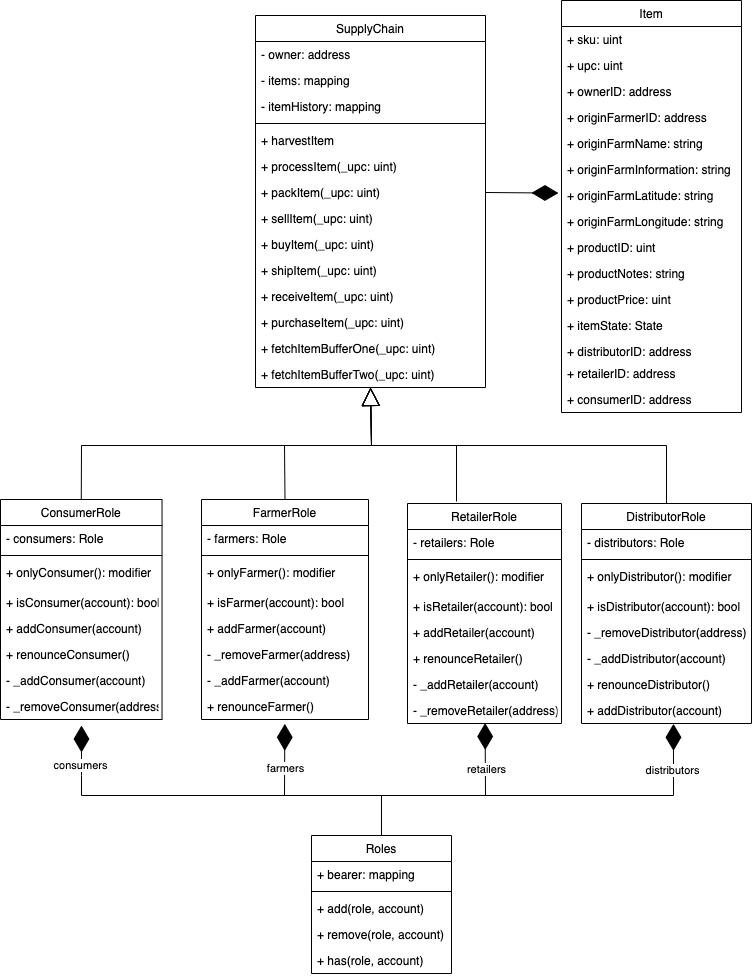
Earlier version of the draw.io export images/class-diagram.png (bartosz-lipinski/supplychain-mgmt). Source tidied: cells renumbered, new cells last; positions are measured from the earlier drawing's top-left corner, leaving out a move shared by most shapes.
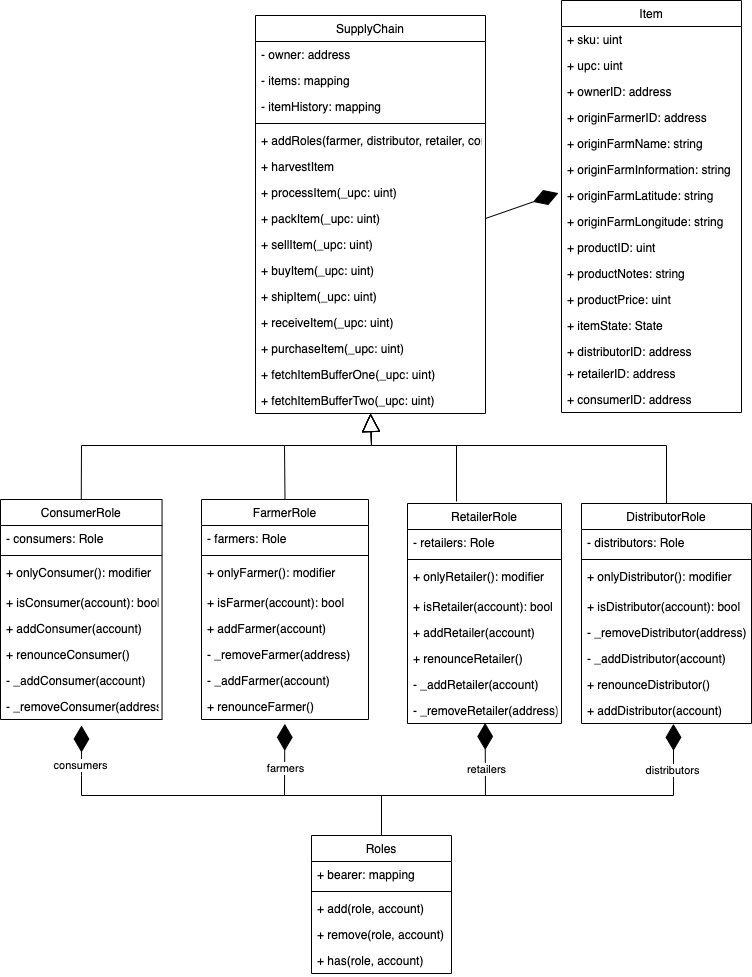
The same file after the commit.

What changed in the source:
```diff
@@ -87,7 +87,7 @@
       <mxGeometry y="386" width="180" height="26" as="geometry" />
     </mxCell>
     <mxCell id="23" value="SupplyChain" style="swimlane;fontStyle=0;horizontal=1;startSize=26;fillColor=none;" parent="1" vertex="1">
-      <mxGeometry x="255" y="15" width="230" height="372" as="geometry" />
+      <mxGeometry x="255" y="15" width="230" height="398" as="geometry" />
     </mxCell>
     <mxCell id="24" value="- owner: address" style="text;strokeColor=none;fillColor=none;align=left;verticalAlign=top;spacingLeft=4;spacingRight=4;overflow=hidden;" parent="23" vertex="1">
       <mxGeometry y="26" width="230" height="26" as="geometry" />
@@ -101,35 +101,38 @@
     <mxCell id="27" style="line;strokeWidth=1;fillColor=none;align=left;verticalAlign=middle;spacingTop=-1;spacingLeft=3;spacingRight=3;labelPosition=right;" parent="23" vertex="1">
       <mxGeometry y="104" width="230" height="8" as="geometry" />
     </mxCell>
+    <mxCell id="88" value="+ addRoles(farmer, distributor, retailer, consumer)" style="text;strokeColor=none;fillColor=none;align=left;verticalAlign=top;spacingLeft=4;spacingRight=4;overflow=hidden;" parent="23" vertex="1">
+      <mxGeometry y="112" width="230" height="26" as="geometry" />
+    </mxCell>
     <mxCell id="28" value="+ harvestItem" style="text;strokeColor=none;fillColor=none;align=left;verticalAlign=top;spacingLeft=4;spacingRight=4;overflow=hidden;" parent="23" vertex="1">
-      <mxGeometry y="112" width="230" height="26" as="geometry" />
+      <mxGeometry y="138" width="230" height="26" as="geometry" />
     </mxCell>
     <mxCell id="29" value="+ processItem(_upc: uint)" style="text;strokeColor=none;fillColor=none;align=left;verticalAlign=top;spacingLeft=4;spacingRight=4;overflow=hidden;" parent="23" vertex="1">
-      <mxGeometry y="138" width="230" height="26" as="geometry" />
+      <mxGeometry y="164" width="230" height="26" as="geometry" />
     </mxCell>
     <mxCell id="30" value="+ packItem(_upc: uint)" style="text;strokeColor=none;fillColor=none;align=left;verticalAlign=top;spacingLeft=4;spacingRight=4;overflow=hidden;points=[[0,0.5],[1,0.5]];portConstraint=eastwest;" parent="23" vertex="1">
-      <mxGeometry y="164" width="230" height="26" as="geometry" />
+      <mxGeometry y="190" width="230" height="26" as="geometry" />
     </mxCell>
     <mxCell id="31" value="+ sellItem(_upc: uint)" style="text;strokeColor=none;fillColor=none;align=left;verticalAlign=top;spacingLeft=4;spacingRight=4;overflow=hidden;" parent="23" vertex="1">
-      <mxGeometry y="190" width="230" height="26" as="geometry" />
+      <mxGeometry y="216" width="230" height="26" as="geometry" />
     </mxCell>
     <mxCell id="32" value="+ buyItem(_upc: uint)" style="text;strokeColor=none;fillColor=none;align=left;verticalAlign=top;spacingLeft=4;spacingRight=4;overflow=hidden;" parent="23" vertex="1">
-      <mxGeometry y="216" width="230" height="26" as="geometry" />
+      <mxGeometry y="242" width="230" height="26" as="geometry" />
     </mxCell>
     <mxCell id="33" value="+ shipItem(_upc: uint)" style="text;strokeColor=none;fillColor=none;align=left;verticalAlign=top;spacingLeft=4;spacingRight=4;overflow=hidden;" parent="23" vertex="1">
-      <mxGeometry y="242" width="230" height="26" as="geometry" />
+      <mxGeometry y="268" width="230" height="26" as="geometry" />
     </mxCell>
     <mxCell id="34" value="+ receiveItem(_upc: uint)" style="text;strokeColor=none;fillColor=none;align=left;verticalAlign=top;spacingLeft=4;spacingRight=4;overflow=hidden;" parent="23" vertex="1">
-      <mxGeometry y="268" width="230" height="26" as="geometry" />
+      <mxGeometry y="294" width="230" height="26" as="geometry" />
     </mxCell>
     <mxCell id="35" value="+ purchaseItem(_upc: uint)" style="text;strokeColor=none;fillColor=none;align=left;verticalAlign=top;spacingLeft=4;spacingRight=4;overflow=hidden;" parent="23" vertex="1">
-      <mxGeometry y="294" width="230" height="26" as="geometry" />
+      <mxGeometry y="320" width="230" height="26" as="geometry" />
     </mxCell>
     <mxCell id="36" value="+ fetchItemBufferOne(_upc: uint)" style="text;strokeColor=none;fillColor=none;align=left;verticalAlign=top;spacingLeft=4;spacingRight=4;overflow=hidden;" parent="23" vertex="1">
-      <mxGeometry y="320" width="230" height="26" as="geometry" />
+      <mxGeometry y="346" width="230" height="26" as="geometry" />
     </mxCell>
     <mxCell id="37" value="+ fetchItemBufferTwo(_upc: uint)" style="text;strokeColor=none;fillColor=none;align=left;verticalAlign=top;spacingLeft=4;spacingRight=4;overflow=hidden;" parent="23" vertex="1">
-      <mxGeometry y="346" width="230" height="26" as="geometry" />
+      <mxGeometry y="372" width="230" height="26" as="geometry" />
     </mxCell>
     <mxCell id="38" value="DistributorRole" style="swimlane;fontStyle=0;horizontal=1;startSize=26;fillColor=none;" parent="1" vertex="1">
       <mxGeometry x="581" y="503" width="170" height="220" as="geometry" />
```
